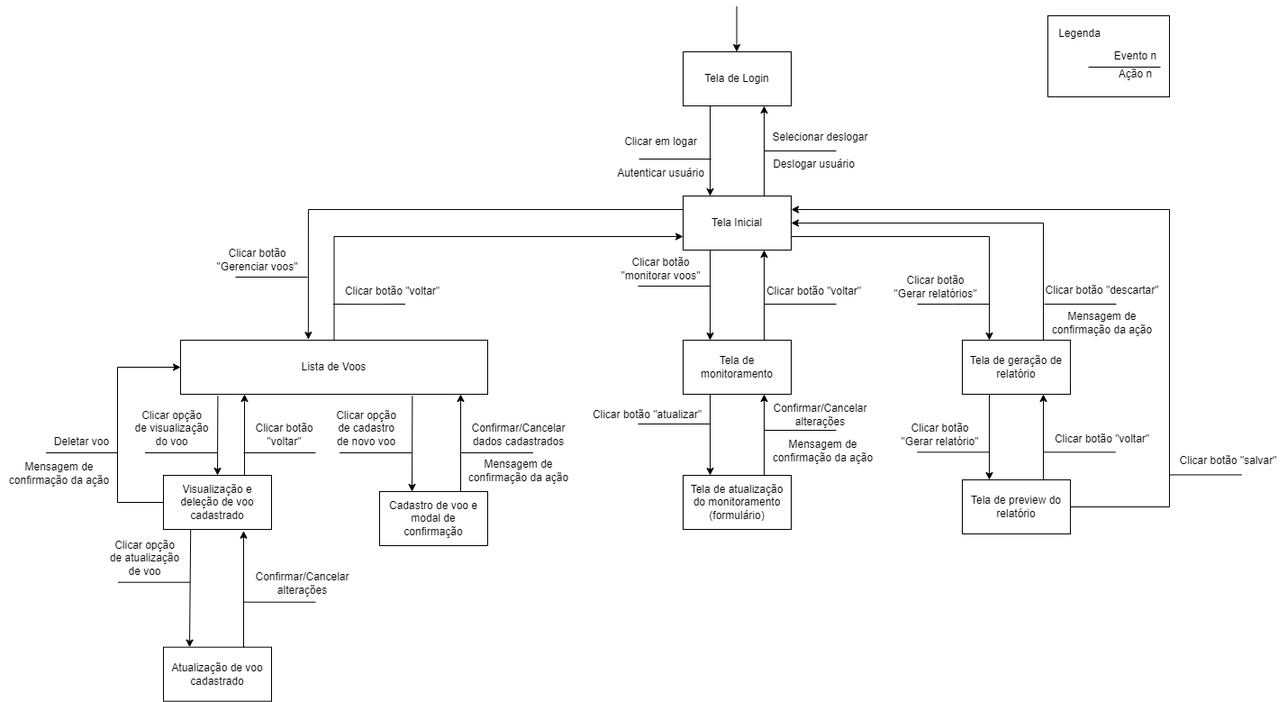
Above: assets/images/Diagrama de Navegação de Casos de Uso.drawio.png in DamaralHenrique/DjangoApp (draw.io), before the change. Source tidied: cells renumbered, new cells last; positions are measured from the earlier drawing's top-left corner, leaving out a move shared by most shapes.
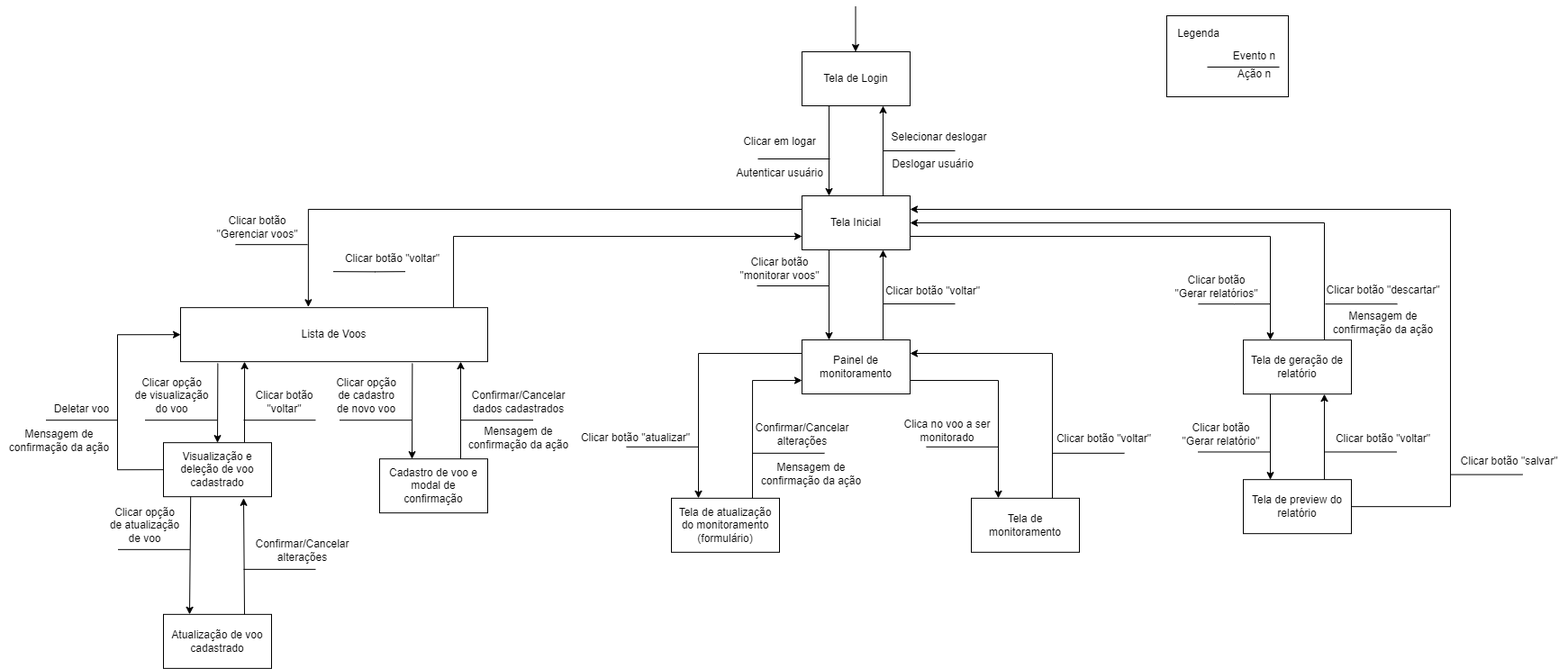
The same file after the commit.

The edit, as a diff of the source:
```diff
@@ -24,3 +24,3 @@
     <mxCell id="7" value="Lista de Voos" style="rounded=0;whiteSpace=wrap;html=1;" parent="1" vertex="1">
-      <mxGeometry x="200" y="370" width="341" height="60" as="geometry" />
+      <mxGeometry x="68" y="334.2" width="341" height="60" as="geometry" />
     </mxCell>
@@ -29,3 +29,3 @@
     </mxCell>
-    <mxCell id="9" style="edgeStyle=orthogonalEdgeStyle;rounded=0;jettySize=auto;html=1;exitX=0.25;exitY=1;exitDx=0;exitDy=0;entryX=0.25;entryY=0;entryDx=0;entryDy=0;" parent="1" edge="1" source="11" target="13">
+    <mxCell id="9" style="edgeStyle=orthogonalEdgeStyle;rounded=0;jettySize=auto;html=1;exitX=0;exitY=0.25;exitDx=0;exitDy=0;entryX=0.25;entryY=0;entryDx=0;entryDy=0;" parent="1" edge="1" source="11" target="13">
       <mxGeometry relative="1" as="geometry" />
@@ -35,6 +35,6 @@
     </mxCell>
-    <mxCell id="11" value="Tela de monitoramento" style="rounded=0;whiteSpace=wrap;html=1;" parent="1" vertex="1">
+    <mxCell id="11" value="Painel de monitoramento" style="rounded=0;whiteSpace=wrap;html=1;" parent="1" vertex="1">
       <mxGeometry x="758" y="370" width="120" height="60" as="geometry" />
     </mxCell>
-    <mxCell id="12" style="edgeStyle=orthogonalEdgeStyle;rounded=0;jettySize=auto;html=1;exitX=0.75;exitY=0;exitDx=0;exitDy=0;entryX=0.75;entryY=1;entryDx=0;entryDy=0;" parent="1" edge="1" source="13" target="11">
+    <mxCell id="12" style="edgeStyle=orthogonalEdgeStyle;rounded=0;jettySize=auto;html=1;exitX=0.75;exitY=0;exitDx=0;exitDy=0;entryX=0;entryY=0.75;entryDx=0;entryDy=0;" parent="1" edge="1" source="13" target="11">
       <mxGeometry relative="1" as="geometry" />
@@ -42,3 +42,3 @@
     <mxCell id="13" value="Tela de atualização do monitoramento (formulário)" style="rounded=0;whiteSpace=wrap;html=1;" parent="1" vertex="1">
-      <mxGeometry x="758" y="520" width="120" height="60" as="geometry" />
+      <mxGeometry x="613" y="545.8" width="120" height="60" as="geometry" />
     </mxCell>
@@ -48,3 +48,3 @@
     <mxCell id="15" value="Tela de geração de relatório" style="rounded=0;whiteSpace=wrap;html=1;" parent="1" vertex="1">
-      <mxGeometry x="1068" y="370" width="120" height="60" as="geometry" />
+      <mxGeometry x="1248" y="370.2" width="120" height="60" as="geometry" />
     </mxCell>
@@ -73,4 +73,4 @@
       <mxGeometry relative="1" as="geometry">
-        <mxPoint x="261" y="300" as="sourcePoint" />
-        <mxPoint x="341" y="300" as="targetPoint" />
+        <mxPoint x="129" y="264.2" as="sourcePoint" />
+        <mxPoint x="209" y="264.2" as="targetPoint" />
       </mxGeometry>
@@ -79,6 +79,6 @@
       <mxGeometry relative="1" as="geometry">
-        <mxPoint x="369.5" y="330" as="sourcePoint" />
-        <mxPoint x="449.5" y="330" as="targetPoint" />
+        <mxPoint x="237.5" y="294.2" as="sourcePoint" />
+        <mxPoint x="317.5" y="294.2" as="targetPoint" />
         <Array as="points">
-          <mxPoint x="416" y="330.2" />
+          <mxPoint x="284" y="294.3" />
         </Array>
@@ -100,6 +100,6 @@
       <mxGeometry relative="1" as="geometry">
-        <mxPoint x="1018" y="330" as="sourcePoint" />
-        <mxPoint x="1098" y="330" as="targetPoint" />
+        <mxPoint x="1198" y="330.2" as="sourcePoint" />
+        <mxPoint x="1278" y="330.2" as="targetPoint" />
         <Array as="points">
-          <mxPoint x="1058" y="330" />
+          <mxPoint x="1238" y="330.2" />
         </Array>
@@ -109,4 +109,4 @@
       <mxGeometry relative="1" as="geometry">
-        <mxPoint x="1159" y="330" as="sourcePoint" />
-        <mxPoint x="1239" y="330" as="targetPoint" />
+        <mxPoint x="1339" y="330.2" as="sourcePoint" />
+        <mxPoint x="1419" y="330.2" as="targetPoint" />
       </mxGeometry>
@@ -115,4 +115,4 @@
       <mxGeometry relative="1" as="geometry">
-        <mxPoint x="708" y="463" as="sourcePoint" />
-        <mxPoint x="788" y="463" as="targetPoint" />
+        <mxPoint x="563" y="488.8" as="sourcePoint" />
+        <mxPoint x="643" y="488.8" as="targetPoint" />
       </mxGeometry>
@@ -121,4 +121,4 @@
       <mxGeometry relative="1" as="geometry">
-        <mxPoint x="848" y="470" as="sourcePoint" />
-        <mxPoint x="928" y="470" as="targetPoint" />
+        <mxPoint x="703" y="495.8" as="sourcePoint" />
+        <mxPoint x="783" y="495.8" as="targetPoint" />
       </mxGeometry>
@@ -132,3 +132,3 @@
     <mxCell id="31" value="Clicar botão &lt;br&gt;&quot;Gerenciar voos&quot;" style="text;html=1;align=center;verticalAlign=middle;strokeColor=none;fillColor=none;" parent="1" vertex="1">
-      <mxGeometry x="230" y="261" width="110" height="40" as="geometry" />
+      <mxGeometry x="98" y="225.2" width="110" height="40" as="geometry" />
     </mxCell>
@@ -141,6 +141,6 @@
     <mxCell id="34" value="Confirmar/Cancelar &lt;br&gt;alterações" style="text;html=1;align=center;verticalAlign=middle;strokeColor=none;fillColor=none;" parent="1" vertex="1">
-      <mxGeometry x="845" y="433" width="130" height="40" as="geometry" />
+      <mxGeometry x="693" y="455.4" width="130" height="40" as="geometry" />
     </mxCell>
     <mxCell id="35" value="Clicar botão &lt;br&gt;&quot;Gerar relatórios&quot;" style="text;html=1;align=center;verticalAlign=middle;strokeColor=none;fillColor=none;" parent="1" vertex="1">
-      <mxGeometry x="978" y="291" width="120" height="40" as="geometry" />
+      <mxGeometry x="1158" y="291.2" width="120" height="40" as="geometry" />
     </mxCell>
@@ -148,3 +148,3 @@
       <mxGeometry relative="1" as="geometry">
-        <mxPoint x="511" y="430" as="targetPoint" />
+        <mxPoint x="379" y="394.2" as="targetPoint" />
       </mxGeometry>
@@ -152,6 +152,6 @@
     <mxCell id="37" value="Cadastro de voo e modal de confirmação" style="rounded=0;whiteSpace=wrap;html=1;" parent="1" vertex="1">
-      <mxGeometry x="421" y="538" width="120" height="60" as="geometry" />
+      <mxGeometry x="289" y="502.2" width="120" height="60" as="geometry" />
     </mxCell>
     <mxCell id="38" value="Clicar botão &quot;atualizar&quot;" style="text;html=1;align=center;verticalAlign=middle;strokeColor=none;fillColor=none;" parent="1" vertex="1">
-      <mxGeometry x="648" y="438" width="140" height="30" as="geometry" />
+      <mxGeometry x="503" y="463.8" width="140" height="30" as="geometry" />
     </mxCell>
@@ -173,6 +173,6 @@
     <mxCell id="43" value="Clicar botão &quot;descartar&quot;" style="text;html=1;align=center;verticalAlign=middle;strokeColor=none;fillColor=none;" parent="1" vertex="1">
-      <mxGeometry x="1148" y="300" width="150" height="30" as="geometry" />
+      <mxGeometry x="1328" y="300.2" width="150" height="30" as="geometry" />
     </mxCell>
     <mxCell id="44" value="Clicar botão &quot;voltar&quot;" style="text;html=1;align=center;verticalAlign=middle;strokeColor=none;fillColor=none;" parent="1" vertex="1">
-      <mxGeometry x="370" y="301" width="130" height="30" as="geometry" />
+      <mxGeometry x="238" y="265.2" width="130" height="30" as="geometry" />
     </mxCell>
@@ -180,4 +180,4 @@
       <mxGeometry relative="1" as="geometry">
-        <mxPoint x="376.5" y="495" as="sourcePoint" />
-        <mxPoint x="456.5" y="495" as="targetPoint" />
+        <mxPoint x="244.5" y="459.2" as="sourcePoint" />
+        <mxPoint x="324.5" y="459.2" as="targetPoint" />
       </mxGeometry>
@@ -186,4 +186,4 @@
       <mxGeometry relative="1" as="geometry">
-        <mxPoint x="511.5" y="495" as="sourcePoint" />
-        <mxPoint x="591.5" y="495" as="targetPoint" />
+        <mxPoint x="379.5" y="459.2" as="sourcePoint" />
+        <mxPoint x="459.5" y="459.2" as="targetPoint" />
       </mxGeometry>
@@ -191,6 +191,6 @@
     <mxCell id="47" value="Confirmar/Cancelar&lt;br&gt;dados cadastrados" style="text;html=1;align=center;verticalAlign=middle;strokeColor=none;fillColor=none;" parent="1" vertex="1">
-      <mxGeometry x="510" y="455" width="130" height="40" as="geometry" />
+      <mxGeometry x="378" y="419.2" width="130" height="40" as="geometry" />
     </mxCell>
     <mxCell id="48" value="Clicar opção&lt;br&gt;de cadastro&lt;br&gt;de novo voo" style="text;html=1;align=center;verticalAlign=middle;strokeColor=none;fillColor=none;" parent="1" vertex="1">
-      <mxGeometry x="361" y="438" width="90" height="60" as="geometry" />
+      <mxGeometry x="229" y="402.2" width="90" height="60" as="geometry" />
     </mxCell>
@@ -198,4 +198,4 @@
       <mxGeometry relative="1" as="geometry">
-        <mxPoint x="457.4" y="431.9" as="sourcePoint" />
-        <mxPoint x="457" y="538" as="targetPoint" />
+        <mxPoint x="325.4" y="396.1" as="sourcePoint" />
+        <mxPoint x="325" y="502.2" as="targetPoint" />
       </mxGeometry>
@@ -205,4 +205,4 @@
         <Array as="points">
-          <mxPoint x="1298" y="555" />
-          <mxPoint x="1298" y="225" />
+          <mxPoint x="1478" y="555" />
+          <mxPoint x="1478" y="225" />
         </Array>
@@ -211,3 +211,3 @@
     <mxCell id="51" value="Tela de preview do relatório" style="rounded=0;whiteSpace=wrap;html=1;" parent="1" vertex="1">
-      <mxGeometry x="1068" y="525" width="120" height="60" as="geometry" />
+      <mxGeometry x="1248" y="525.2" width="120" height="60" as="geometry" />
     </mxCell>
@@ -221,4 +221,4 @@
       <mxGeometry relative="1" as="geometry">
-        <mxPoint x="1018" y="494.3" as="sourcePoint" />
-        <mxPoint x="1098" y="494.3" as="targetPoint" />
+        <mxPoint x="1198" y="494.5" as="sourcePoint" />
+        <mxPoint x="1278" y="494.5" as="targetPoint" />
       </mxGeometry>
@@ -227,4 +227,4 @@
       <mxGeometry relative="1" as="geometry">
-        <mxPoint x="1158" y="494.3" as="sourcePoint" />
-        <mxPoint x="1238" y="494.3" as="targetPoint" />
+        <mxPoint x="1338" y="494.5" as="sourcePoint" />
+        <mxPoint x="1418" y="494.5" as="targetPoint" />
       </mxGeometry>
@@ -232,6 +232,6 @@
     <mxCell id="56" value="Clicar botão &lt;br&gt;&quot;Gerar relatório&quot;" style="text;html=1;align=center;verticalAlign=middle;strokeColor=none;fillColor=none;" parent="1" vertex="1">
-      <mxGeometry x="988" y="455" width="110" height="40" as="geometry" />
+      <mxGeometry x="1168" y="455.2" width="110" height="40" as="geometry" />
     </mxCell>
     <mxCell id="57" value="Clicar botão &quot;voltar&quot;" style="text;html=1;align=center;verticalAlign=middle;strokeColor=none;fillColor=none;" parent="1" vertex="1">
-      <mxGeometry x="1158" y="465" width="130" height="30" as="geometry" />
+      <mxGeometry x="1338" y="465.2" width="130" height="30" as="geometry" />
     </mxCell>
@@ -239,6 +239,6 @@
       <mxGeometry relative="1" as="geometry">
-        <mxPoint x="271" y="430" as="targetPoint" />
+        <mxPoint x="139" y="394.2" as="targetPoint" />
         <Array as="points">
-          <mxPoint x="271" y="435" />
-          <mxPoint x="271" y="435" />
+          <mxPoint x="139" y="399.2" />
+          <mxPoint x="139" y="399.2" />
         </Array>
@@ -248,4 +248,4 @@
       <mxGeometry relative="1" as="geometry">
-        <mxPoint x="1298" y="519.4" as="sourcePoint" />
-        <mxPoint x="1378" y="519.4" as="targetPoint" />
+        <mxPoint x="1478" y="519.6" as="sourcePoint" />
+        <mxPoint x="1558" y="519.6" as="targetPoint" />
       </mxGeometry>
@@ -255,4 +255,4 @@
         <Array as="points">
-          <mxPoint x="130" y="550" />
-          <mxPoint x="130" y="400" />
+          <mxPoint x="-2" y="514.2" />
+          <mxPoint x="-2" y="364.2" />
         </Array>
@@ -261,6 +261,6 @@
     <mxCell id="61" value="Visualização e deleção de voo cadastrado" style="rounded=0;whiteSpace=wrap;html=1;" parent="1" vertex="1">
-      <mxGeometry x="181" y="520" width="120" height="60" as="geometry" />
+      <mxGeometry x="49" y="484.2" width="120" height="60" as="geometry" />
     </mxCell>
     <mxCell id="62" value="Clicar botão &quot;salvar&quot;" style="text;html=1;align=center;verticalAlign=middle;strokeColor=none;fillColor=none;" parent="1" vertex="1">
-      <mxGeometry x="1298" y="489.4" width="130" height="30" as="geometry" />
+      <mxGeometry x="1478" y="489.6" width="130" height="30" as="geometry" />
     </mxCell>
@@ -268,5 +268,5 @@
       <mxGeometry relative="1" as="geometry">
-        <mxPoint x="270" y="581.7" as="targetPoint" />
+        <mxPoint x="138" y="545.8" as="targetPoint" />
         <Array as="points">
-          <mxPoint x="270" y="710.7" />
+          <mxPoint x="138" y="674.8" />
         </Array>
@@ -275,3 +275,3 @@
     <mxCell id="64" value="Atualização de voo cadastrado" style="rounded=0;whiteSpace=wrap;html=1;" parent="1" vertex="1">
-      <mxGeometry x="181" y="710.7" width="120" height="60" as="geometry" />
+      <mxGeometry x="49" y="674.8" width="120" height="60" as="geometry" />
     </mxCell>
@@ -279,4 +279,4 @@
       <mxGeometry relative="1" as="geometry">
-        <mxPoint x="130.5" y="638.7" as="sourcePoint" />
-        <mxPoint x="210.5" y="638.7" as="targetPoint" />
+        <mxPoint x="-1.5" y="602.8" as="sourcePoint" />
+        <mxPoint x="78.5" y="602.8" as="targetPoint" />
       </mxGeometry>
@@ -285,4 +285,4 @@
       <mxGeometry relative="1" as="geometry">
-        <mxPoint x="270" y="660.7" as="sourcePoint" />
-        <mxPoint x="350" y="660.7" as="targetPoint" />
+        <mxPoint x="138" y="624.8" as="sourcePoint" />
+        <mxPoint x="218" y="624.8" as="targetPoint" />
       </mxGeometry>
@@ -290,3 +290,3 @@
     <mxCell id="67" value="Clicar opção&lt;br&gt;de atualização&lt;br&gt;de voo" style="text;html=1;align=center;verticalAlign=middle;points=[];strokeColor=none;fillColor=none;" parent="1" vertex="1">
-      <mxGeometry x="110" y="581.7" width="100" height="60" as="geometry" />
+      <mxGeometry x="-22" y="545.8" width="100" height="60" as="geometry" />
     </mxCell>
@@ -294,3 +294,3 @@
       <mxGeometry relative="1" as="geometry">
-        <mxPoint x="210" y="710.7" as="targetPoint" />
+        <mxPoint x="78" y="674.8" as="targetPoint" />
       </mxGeometry>
@@ -299,4 +299,4 @@
       <mxGeometry relative="1" as="geometry">
-        <mxPoint x="270" y="495" as="sourcePoint" />
-        <mxPoint x="350" y="495" as="targetPoint" />
+        <mxPoint x="138" y="459.2" as="sourcePoint" />
+        <mxPoint x="218" y="459.2" as="targetPoint" />
       </mxGeometry>
@@ -305,4 +305,4 @@
       <mxGeometry relative="1" as="geometry">
-        <mxPoint x="241.4" y="431.9" as="sourcePoint" />
-        <mxPoint x="241" y="520" as="targetPoint" />
+        <mxPoint x="109.4" y="396.1" as="sourcePoint" />
+        <mxPoint x="109" y="484.2" as="targetPoint" />
       </mxGeometry>
@@ -310,6 +310,6 @@
     <mxCell id="71" value="Clicar botão&lt;br&gt;&quot;voltar&quot;" style="text;html=1;align=center;verticalAlign=middle;strokeColor=none;fillColor=none;" parent="1" vertex="1">
-      <mxGeometry x="270" y="455" width="90" height="40" as="geometry" />
+      <mxGeometry x="138" y="419.2" width="90" height="40" as="geometry" />
     </mxCell>
     <mxCell id="72" value="Clicar opção&lt;br&gt;de visualização&lt;br&gt;do voo" style="text;html=1;align=center;verticalAlign=middle;strokeColor=none;fillColor=none;" parent="1" vertex="1">
-      <mxGeometry x="135" y="438" width="110" height="60" as="geometry" />
+      <mxGeometry x="3" y="402.2" width="110" height="60" as="geometry" />
     </mxCell>
@@ -317,4 +317,4 @@
       <mxGeometry relative="1" as="geometry">
-        <mxPoint x="160.5" y="495" as="sourcePoint" />
-        <mxPoint x="240.5" y="495" as="targetPoint" />
+        <mxPoint x="28.5" y="459.2" as="sourcePoint" />
+        <mxPoint x="108.5" y="459.2" as="targetPoint" />
       </mxGeometry>
@@ -322,3 +322,3 @@
     <mxCell id="74" value="Deletar voo" style="text;html=1;align=center;verticalAlign=middle;strokeColor=none;fillColor=none;" parent="1" vertex="1">
-      <mxGeometry x="50" y="468" width="80" height="30" as="geometry" />
+      <mxGeometry x="-82" y="432.2" width="80" height="30" as="geometry" />
     </mxCell>
@@ -326,4 +326,4 @@
       <mxGeometry relative="1" as="geometry">
-        <mxPoint x="50.5" y="495" as="sourcePoint" />
-        <mxPoint x="130.5" y="495" as="targetPoint" />
+        <mxPoint x="-81.5" y="459.2" as="sourcePoint" />
+        <mxPoint x="-1.5" y="459.2" as="targetPoint" />
       </mxGeometry>
@@ -331,15 +331,15 @@
     <mxCell id="76" value="Mensagem de &lt;br&gt;confirmação da ação" style="text;html=1;align=center;verticalAlign=middle;strokeColor=none;fillColor=none;" parent="1" vertex="1">
-      <mxGeometry y="498" width="130" height="40" as="geometry" />
+      <mxGeometry x="-132" y="462.2" width="130" height="40" as="geometry" />
     </mxCell>
     <mxCell id="77" value="Mensagem de &lt;br&gt;confirmação da ação" style="text;html=1;align=center;verticalAlign=middle;strokeColor=none;fillColor=none;" parent="1" vertex="1">
-      <mxGeometry x="510" y="495" width="130" height="40" as="geometry" />
+      <mxGeometry x="378" y="459.2" width="130" height="40" as="geometry" />
     </mxCell>
     <mxCell id="78" value="Confirmar/Cancelar&lt;br&gt;alterações" style="text;html=1;align=center;verticalAlign=middle;strokeColor=none;fillColor=none;" parent="1" vertex="1">
-      <mxGeometry x="270" y="620" width="130" height="40" as="geometry" />
+      <mxGeometry x="138" y="584.2" width="130" height="40" as="geometry" />
     </mxCell>
     <mxCell id="79" value="Mensagem de &lt;br&gt;confirmação da ação" style="text;html=1;align=center;verticalAlign=middle;strokeColor=none;fillColor=none;" parent="1" vertex="1">
-      <mxGeometry x="848" y="473" width="130" height="40" as="geometry" />
+      <mxGeometry x="703" y="498.8" width="130" height="40" as="geometry" />
     </mxCell>
     <mxCell id="80" value="Mensagem de &lt;br&gt;confirmação da ação" style="text;html=1;align=center;verticalAlign=middle;strokeColor=none;fillColor=none;" parent="1" vertex="1">
-      <mxGeometry x="1158" y="331" width="130" height="40" as="geometry" />
+      <mxGeometry x="1338" y="331.2" width="130" height="40" as="geometry" />
     </mxCell>
@@ -357,2 +357,32 @@
     </mxCell>
+    <mxCell id="84" style="edgeStyle=orthogonalEdgeStyle;rounded=0;jettySize=auto;html=1;exitX=1;exitY=0.75;exitDx=0;exitDy=0;entryX=0.25;entryY=0;entryDx=0;entryDy=0;" parent="1" edge="1" source="11" target="86">
+      <mxGeometry relative="1" as="geometry" />
+    </mxCell>
+    <mxCell id="85" style="edgeStyle=orthogonalEdgeStyle;rounded=0;jettySize=auto;html=1;exitX=0.75;exitY=0;exitDx=0;exitDy=0;entryX=1;entryY=0.25;entryDx=0;entryDy=0;" parent="1" edge="1" source="86" target="11">
+      <mxGeometry relative="1" as="geometry" />
+    </mxCell>
+    <mxCell id="86" value="Tela de monitoramento" style="rounded=0;whiteSpace=wrap;html=1;" parent="1" vertex="1">
+      <mxGeometry x="946" y="545.8" width="120" height="60" as="geometry" />
+    </mxCell>
+    <mxCell id="87" style="endArrow=none;html=1;rounded=0;" parent="1" edge="1">
+      <mxGeometry relative="1" as="geometry">
+        <mxPoint x="896" y="488.8" as="sourcePoint" />
+        <mxPoint x="976" y="488.8" as="targetPoint" />
+      </mxGeometry>
+    </mxCell>
+    <mxCell id="88" style="endArrow=none;html=1;rounded=0;" parent="1" edge="1">
+      <mxGeometry relative="1" as="geometry">
+        <mxPoint x="1036" y="495.8" as="sourcePoint" />
+        <mxPoint x="1116" y="495.8" as="targetPoint" />
+      </mxGeometry>
+    </mxCell>
+    <mxCell id="89" value="&lt;span style=&quot;color: rgba(0, 0, 0, 0); font-family: monospace; font-size: 0px; text-align: start;&quot;&gt;%3CmxGraphModel%3E%3Croot%3E%3CmxCell%20id%3D%220%22%2F%3E%3CmxCell%20id%3D%221%22%20parent%3D%220%22%2F%3E%3CmxCell%20id%3D%222%22%20value%3D%22Clicar%20bot%C3%A3o%20%26quot%3Bvoltar%26quot%3B%22%20style%3D%22text%3Bhtml%3D1%3Balign%3Dcenter%3BverticalAlign%3Dmiddle%3Bresizable%3D0%3Bpoints%3D%5B%5D%3Bautosize%3D1%3BstrokeColor%3Dnone%3BfillColor%3Dnone%3B%22%20vertex%3D%221%22%20parent%3D%221%22%3E%3CmxGeometry%20x%3D%22390%22%20y%3D%22291%22%20width%3D%22130%22%20height%3D%2230%22%20as%3D%22geometry%22%2F%3E%3C%2FmxCell%3E%3C%2Froot%3E%3C%2FmxGraphModel%3E&lt;/span&gt;" style="text;html=1;align=center;verticalAlign=middle;strokeColor=none;fillColor=none;" parent="1" vertex="1">
+      <mxGeometry x="1088" y="463.8" width="20" height="30" as="geometry" />
+    </mxCell>
+    <mxCell id="90" value="Clica no voo a ser &lt;br&gt;monitorado" style="text;html=1;align=center;verticalAlign=middle;strokeColor=none;fillColor=none;" parent="1" vertex="1">
+      <mxGeometry x="859" y="451" width="120" height="40" as="geometry" />
+    </mxCell>
+    <mxCell id="91" value="Clicar botão &quot;voltar&quot;" style="text;html=1;align=center;verticalAlign=middle;strokeColor=none;fillColor=none;" parent="1" vertex="1">
+      <mxGeometry x="1028" y="465.4" width="130" height="30" as="geometry" />
+    </mxCell>
   </root>
```
